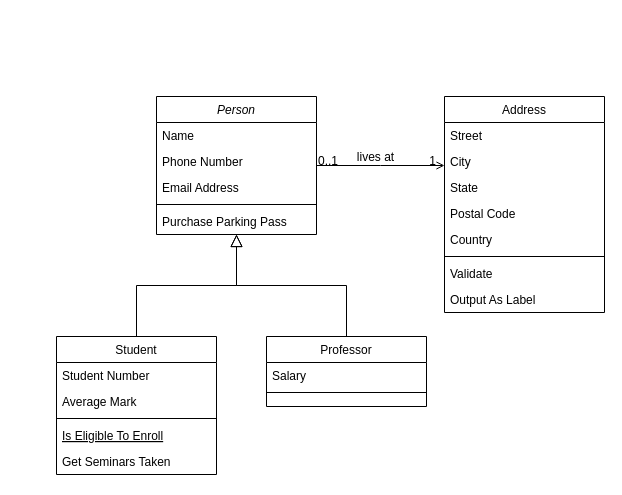
The draw.io diagram Диаграмма без названия.drawio in Kirillovq/Who-, before the edit. Source tidied: cells renumbered, new cells numbered last; positions are measured from the earlier drawing's top-left corner, leaving out a move shared by most shapes. Both pictures are drawn from the tidied source at 100%, with x=0, y=0 at pixel (56, 96).
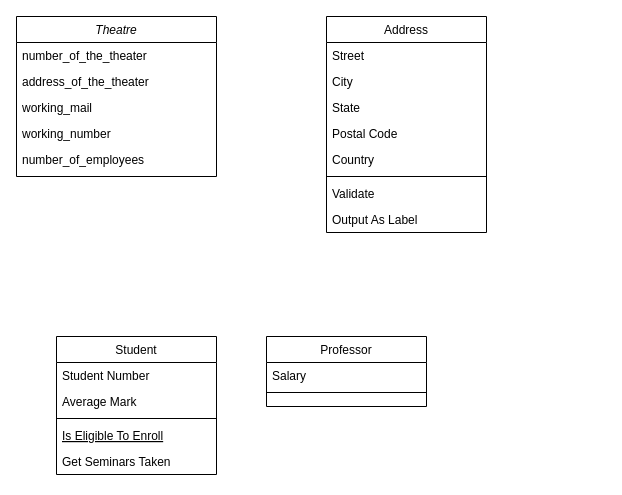
After the change.

Unchanged cells that the change refers to:
```xml
<mxCell id="8" value="Student" style="swimlane;fontStyle=0;align=center;verticalAlign=top;horizontal=1;startSize=26;rounded=0;shadow=0;strokeWidth=1;" parent="1" vertex="1">
  <mxGeometry y="240" width="160" height="138" as="geometry" />
</mxCell>
<mxCell id="15" value="Professor" style="swimlane;fontStyle=0;align=center;verticalAlign=top;horizontal=1;startSize=26;rounded=0;shadow=0;strokeWidth=1;" parent="1" vertex="1">
  <mxGeometry x="210" y="240" width="160" height="70" as="geometry" />
</mxCell>
```

Diff of the diagram source:
```diff
@@
-    <mxCell id="2" value="Person" style="swimlane;fontStyle=2;align=center;verticalAlign=top;horizontal=1;startSize=26;rounded=0;shadow=0;strokeWidth=1;" parent="1" vertex="1">
-      <mxGeometry x="100" width="160" height="138" as="geometry" />
+    <mxCell id="2" value="Theatre" style="swimlane;fontStyle=2;align=center;verticalAlign=top;horizontal=1;startSize=26;rounded=0;shadow=0;strokeWidth=1;" parent="1" vertex="1">
+      <mxGeometry x="-40" y="-80" width="200" height="160" as="geometry" />
     </mxCell>
+    <mxCell id="32" value="number_of_the_theater" style="text;align=left;verticalAlign=top;spacingLeft=4;spacingRight=4;overflow=hidden;rounded=0;shadow=0;html=0;" parent="2" vertex="1">
+      <mxGeometry y="26" width="200" height="26" as="geometry" />
+    </mxCell>
-    <mxCell id="3" value="Name" style="text;align=left;verticalAlign=top;spacingLeft=4;spacingRight=4;overflow=hidden;" parent="2" vertex="1">
-      <mxGeometry y="26" width="160" height="26" as="geometry" />
+    <mxCell id="3" value="address_of_the_theater" style="text;align=left;verticalAlign=top;spacingLeft=4;spacingRight=4;overflow=hidden;" parent="2" vertex="1">
+      <mxGeometry y="52" width="200" height="26" as="geometry" />
     </mxCell>
+    <mxCell id="5" value="working_mail" style="text;align=left;verticalAlign=top;spacingLeft=4;spacingRight=4;overflow=hidden;rounded=0;shadow=0;html=0;" parent="2" vertex="1">
+      <mxGeometry y="78" width="200" height="26" as="geometry" />
+    </mxCell>
-    <mxCell id="4" value="Phone Number" style="text;align=left;verticalAlign=top;spacingLeft=4;spacingRight=4;overflow=hidden;rounded=0;shadow=0;html=0;" parent="2" vertex="1">
-      <mxGeometry y="52" width="160" height="26" as="geometry" />
+    <mxCell id="4" value="working_number" style="text;align=left;verticalAlign=top;spacingLeft=4;spacingRight=4;overflow=hidden;rounded=0;shadow=0;html=0;" parent="2" vertex="1">
+      <mxGeometry y="104" width="200" height="26" as="geometry" />
     </mxCell>
-    <mxCell id="5" value="Email Address" style="text;align=left;verticalAlign=top;spacingLeft=4;spacingRight=4;overflow=hidden;rounded=0;shadow=0;html=0;" parent="2" vertex="1">
-      <mxGeometry y="78" width="160" height="26" as="geometry" />
-    </mxCell>
-    <mxCell id="6" style="line;html=1;strokeWidth=1;align=left;verticalAlign=middle;spacingTop=-1;spacingLeft=3;spacingRight=3;labelPosition=right;" parent="2" vertex="1">
-      <mxGeometry y="104" width="160" height="8" as="geometry" />
-    </mxCell>
-    <mxCell id="7" value="Purchase Parking Pass" style="text;align=left;verticalAlign=top;spacingLeft=4;spacingRight=4;overflow=hidden;" parent="2" vertex="1">
-      <mxGeometry y="112" width="160" height="26" as="geometry" />
-    </mxCell>
+    <mxCell id="33" value="number_of_employees" style="text;align=left;verticalAlign=top;spacingLeft=4;spacingRight=4;overflow=hidden;rounded=0;shadow=0;html=0;" parent="2" vertex="1">
+      <mxGeometry y="130" width="200" height="26" as="geometry" />
+    </mxCell>
@@
-    <mxCell id="14" style="endArrow=block;endSize=10;endFill=0;shadow=0;strokeWidth=1;rounded=0;edgeStyle=elbowEdgeStyle;elbow=vertical;" parent="1" edge="1" source="8" target="2">
-      <mxGeometry relative="1" as="geometry" />
-    </mxCell>
@@
-    <mxCell id="18" style="endArrow=block;endSize=10;endFill=0;shadow=0;strokeWidth=1;rounded=0;edgeStyle=elbowEdgeStyle;elbow=vertical;" parent="1" edge="1" source="15" target="2">
-      <mxGeometry relative="1" as="geometry" />
-    </mxCell>
     <mxCell id="19" value="Address" style="swimlane;fontStyle=0;align=center;verticalAlign=top;horizontal=1;startSize=26;rounded=0;shadow=0;strokeWidth=1;" parent="1" vertex="1">
-      <mxGeometry x="388" width="160" height="216" as="geometry" />
+      <mxGeometry x="270" y="-80" width="160" height="216" as="geometry" />
     </mxCell>
@@
-    <mxCell id="28" style="endArrow=open;shadow=0;strokeWidth=1;rounded=0;endFill=1;edgeStyle=elbowEdgeStyle;elbow=vertical;" parent="1" edge="1" source="2" target="19">
-      <mxGeometry x="0.5" y="41" relative="1" as="geometry">
-        <mxPoint x="-40" y="32" as="offset" />
-      </mxGeometry>
-    </mxCell>
-    <mxCell id="29" value="0..1" style="align=left;verticalAlign=bottom;labelBackgroundColor=none;fontSize=12;" parent="28" vertex="1">
-      <mxGeometry x="-1" relative="1" as="geometry">
-        <mxPoint y="4" as="offset" />
-      </mxGeometry>
-    </mxCell>
-    <mxCell id="30" value="1" style="align=right;verticalAlign=bottom;labelBackgroundColor=none;fontSize=12;" parent="28" vertex="1">
-      <mxGeometry x="1" relative="1" as="geometry">
-        <mxPoint x="-7" y="4" as="offset" />
-      </mxGeometry>
-    </mxCell>
-    <mxCell id="31" value="lives at" style="text;html=1;align=center;verticalAlign=middle;labelBackgroundColor=none;rounded=0;shadow=0;strokeWidth=1;fontSize=12;" parent="28" vertex="1">
-      <mxGeometry x="0.5" y="49" relative="1" as="geometry">
-        <mxPoint x="-38" y="40" as="offset" />
-      </mxGeometry>
-    </mxCell>
```
